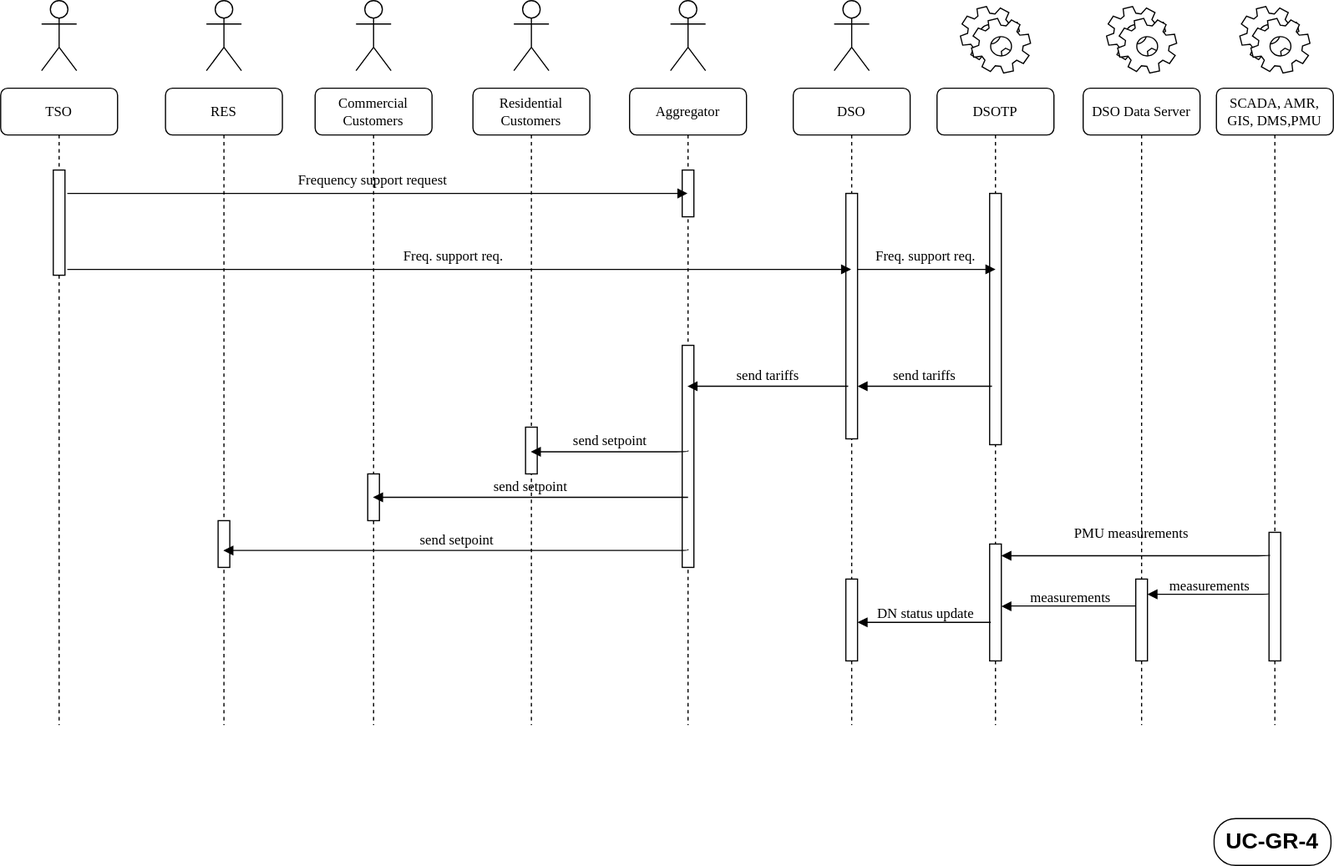
The draw.io diagram docs/platone/uc-gr-4-frequency-support-by-the-distribution-network/UC_GR_1_2_3_4_Seq_Diag-UC4.svg in smart-grid-use-cases/smart-grid-use-cases.github.io, before a commit. Source tidied: cells renumbered, new cells last; positions are measured from the earlier drawing's top-left corner, leaving out a move shared by most shapes.
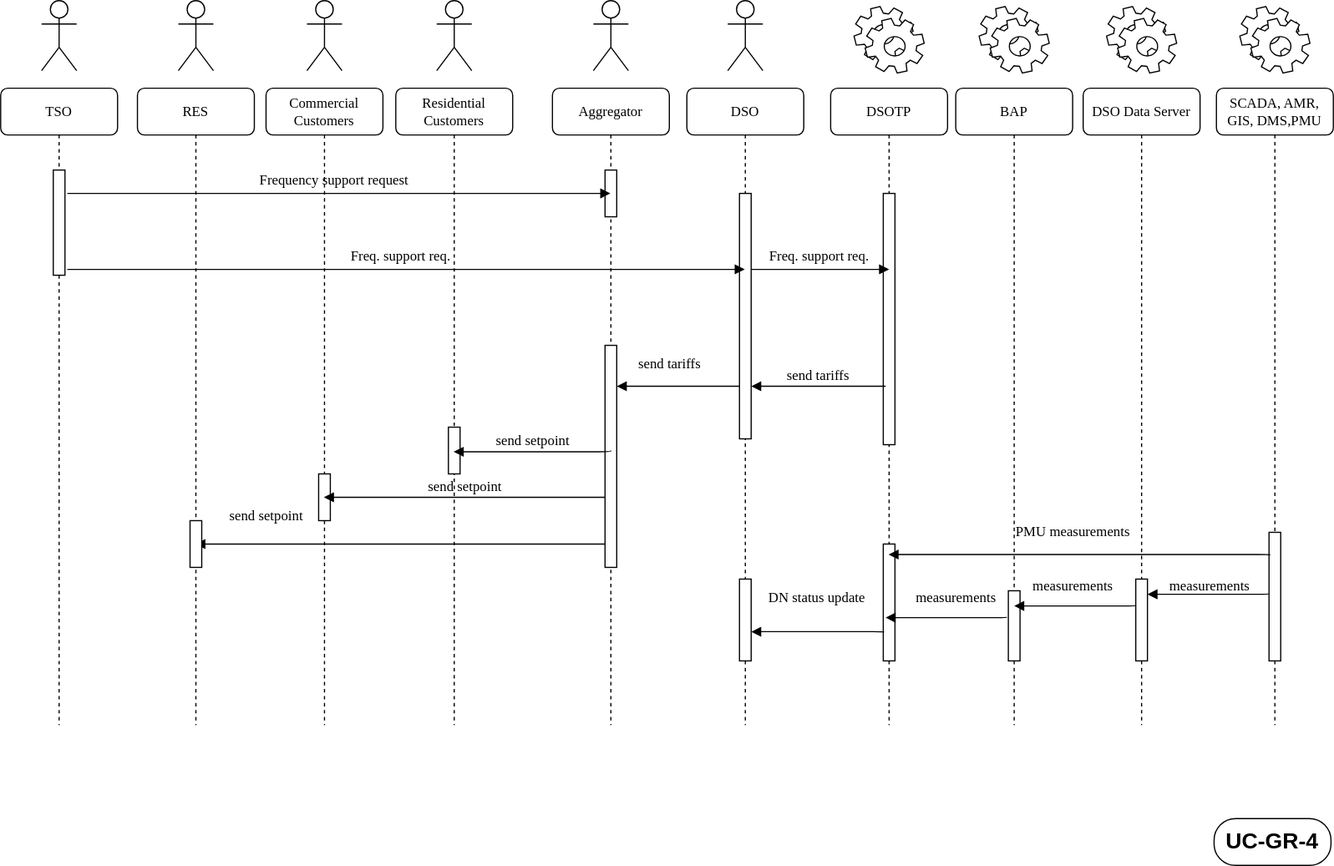
Above is the later version.

Diff of the diagram source:
```diff
@@ -3,19 +3,28 @@
     <mxCell id="0" />
     <mxCell id="1" parent="0" />
     <mxCell id="2" value="Commercial&lt;br&gt;Customers" style="shape=umlLifeline;perimeter=lifelinePerimeter;whiteSpace=wrap;html=1;outlineConnect=0;rounded=1;shadow=0;comic=0;labelBackgroundColor=none;strokeWidth=1;fontFamily=Verdana;fontSize=12;align=center;" parent="1" vertex="1">
-      <mxGeometry x="269" y="75" width="100" height="545" as="geometry" />
+      <mxGeometry x="227" y="75" width="100" height="545" as="geometry" />
     </mxCell>
     <mxCell id="3" style="html=1;perimeter=orthogonalPerimeter;rounded=0;shadow=0;comic=0;labelBackgroundColor=none;strokeWidth=1;fontFamily=Verdana;fontSize=12;align=center;" parent="2" vertex="1">
       <mxGeometry x="45" y="330" width="10" height="40" as="geometry" />
     </mxCell>
     <mxCell id="4" value="Residential&lt;br&gt;Customers" style="shape=umlLifeline;perimeter=lifelinePerimeter;whiteSpace=wrap;html=1;outlineConnect=0;rounded=1;shadow=0;comic=0;labelBackgroundColor=none;strokeWidth=1;fontFamily=Verdana;fontSize=12;align=center;" parent="1" vertex="1">
-      <mxGeometry x="404" y="75" width="100" height="545" as="geometry" />
+      <mxGeometry x="338" y="75" width="100" height="545" as="geometry" />
     </mxCell>
     <mxCell id="5" style="html=1;perimeter=orthogonalPerimeter;rounded=0;shadow=0;comic=0;labelBackgroundColor=none;strokeWidth=1;fontFamily=Verdana;fontSize=12;align=center;" parent="4" vertex="1">
       <mxGeometry x="45" y="290" width="10" height="40" as="geometry" />
     </mxCell>
+    <mxCell id="22" value="send setpoint" style="html=1;verticalAlign=bottom;endArrow=block;labelBackgroundColor=none;fontFamily=Verdana;fontSize=12;edgeStyle=elbowEdgeStyle;elbow=vertical;" parent="4" edge="1" target="16">
+      <mxGeometry x="0.66" y="-15" relative="1" as="geometry">
+        <mxPoint x="189" y="390" as="sourcePoint" />
+        <Array as="points">
+          <mxPoint x="8" y="390" />
+          <mxPoint x="191" y="385" />
+        </Array>
+      </mxGeometry>
+    </mxCell>
     <mxCell id="6" value="Aggregator" style="shape=umlLifeline;perimeter=lifelinePerimeter;whiteSpace=wrap;html=1;outlineConnect=0;rounded=1;shadow=0;comic=0;labelBackgroundColor=none;strokeWidth=1;fontFamily=Verdana;fontSize=12;align=center;" parent="1" vertex="1">
-      <mxGeometry x="538" y="75" width="100" height="545" as="geometry" />
+      <mxGeometry x="472" y="75" width="100" height="545" as="geometry" />
     </mxCell>
     <mxCell id="7" style="html=1;perimeter=orthogonalPerimeter;rounded=0;shadow=0;comic=0;labelBackgroundColor=none;strokeWidth=1;fontFamily=Verdana;fontSize=12;align=center;" parent="6" vertex="1">
       <mxGeometry x="45" y="220" width="10" height="190" as="geometry" />
@@ -24,13 +33,13 @@
       <mxGeometry x="45" y="70" width="10" height="40" as="geometry" />
     </mxCell>
     <mxCell id="9" value="DSO" style="shape=umlLifeline;perimeter=lifelinePerimeter;whiteSpace=wrap;html=1;outlineConnect=0;rounded=1;shadow=0;comic=0;labelBackgroundColor=none;strokeWidth=1;fontFamily=Verdana;fontSize=12;align=center;" parent="1" vertex="1">
-      <mxGeometry x="678" y="75" width="100" height="545" as="geometry" />
+      <mxGeometry x="587" y="75" width="100" height="545" as="geometry" />
     </mxCell>
     <mxCell id="10" style="html=1;perimeter=orthogonalPerimeter;rounded=0;shadow=0;comic=0;labelBackgroundColor=none;strokeWidth=1;fontFamily=Verdana;fontSize=12;align=center;" parent="9" vertex="1">
       <mxGeometry x="45" y="420" width="10" height="70" as="geometry" />
     </mxCell>
     <mxCell id="11" value="DSOTP" style="shape=umlLifeline;perimeter=lifelinePerimeter;whiteSpace=wrap;html=1;outlineConnect=0;rounded=1;shadow=0;comic=0;labelBackgroundColor=none;strokeWidth=1;fontFamily=Verdana;fontSize=12;align=center;" parent="1" vertex="1">
-      <mxGeometry x="801" y="75" width="100" height="545" as="geometry" />
+      <mxGeometry x="710" y="75" width="100" height="545" as="geometry" />
     </mxCell>
     <mxCell id="12" style="html=1;perimeter=orthogonalPerimeter;rounded=0;shadow=0;comic=0;labelBackgroundColor=none;strokeWidth=1;fontFamily=Verdana;fontSize=12;align=center;" parent="11" vertex="1">
       <mxGeometry x="45" y="390" width="10" height="100" as="geometry" />
@@ -45,81 +54,59 @@
       <mxGeometry x="45" y="380" width="10" height="110" as="geometry" />
     </mxCell>
     <mxCell id="16" value="RES" style="shape=umlLifeline;perimeter=lifelinePerimeter;whiteSpace=wrap;html=1;outlineConnect=0;rounded=1;shadow=0;comic=0;labelBackgroundColor=none;strokeWidth=1;fontFamily=Verdana;fontSize=12;align=center;" parent="1" vertex="1">
-      <mxGeometry x="141" y="75" width="100" height="545" as="geometry" />
+      <mxGeometry x="117" y="75" width="100" height="545" as="geometry" />
     </mxCell>
     <mxCell id="17" style="html=1;perimeter=orthogonalPerimeter;rounded=0;shadow=0;comic=0;labelBackgroundColor=none;strokeWidth=1;fontFamily=Verdana;fontSize=12;align=center;" parent="16" vertex="1">
       <mxGeometry x="45" y="370" width="10" height="40" as="geometry" />
     </mxCell>
     <mxCell id="18" style="html=1;perimeter=orthogonalPerimeter;rounded=0;shadow=0;comic=0;labelBackgroundColor=none;strokeWidth=1;fontFamily=Verdana;fontSize=12;align=center;" parent="1" vertex="1">
-      <mxGeometry x="723" y="165" width="10" height="210" as="geometry" />
+      <mxGeometry x="632" y="165" width="10" height="210" as="geometry" />
     </mxCell>
-    <mxCell id="19" value="send tariffs" style="html=1;verticalAlign=bottom;endArrow=block;labelBackgroundColor=none;fontFamily=Verdana;fontSize=12;edgeStyle=elbowEdgeStyle;elbow=vertical;" parent="1" edge="1" target="6">
-      <mxGeometry relative="1" as="geometry">
-        <mxPoint x="725" y="330" as="sourcePoint" />
-        <Array as="points">
-          <mxPoint x="677" y="330" />
-          <mxPoint x="698" y="335" />
-        </Array>
-      </mxGeometry>
-    </mxCell>
     <mxCell id="20" value="send setpoint" style="html=1;verticalAlign=bottom;endArrow=block;labelBackgroundColor=none;fontFamily=Verdana;fontSize=12;edgeStyle=elbowEdgeStyle;elbow=vertical;exitX=0.2;exitY=0.829;exitDx=0;exitDy=0;exitPerimeter=0;" parent="1" edge="1" target="4">
       <mxGeometry relative="1" as="geometry">
-        <mxPoint x="588" y="385" as="sourcePoint" />
+        <mxPoint x="522" y="385" as="sourcePoint" />
         <Array as="points">
-          <mxPoint x="561" y="386" />
+          <mxPoint x="495" y="386" />
         </Array>
       </mxGeometry>
     </mxCell>
     <mxCell id="21" value="send setpoint" style="html=1;verticalAlign=bottom;endArrow=block;labelBackgroundColor=none;fontFamily=Verdana;fontSize=12;edgeStyle=elbowEdgeStyle;elbow=vertical;" parent="1" edge="1" target="2">
       <mxGeometry relative="1" as="geometry">
-        <mxPoint x="588" y="425" as="sourcePoint" />
+        <mxPoint x="517" y="425" as="sourcePoint" />
         <Array as="points">
-          <mxPoint x="378" y="425" />
-          <mxPoint x="561" y="420" />
+          <mxPoint x="336" y="425" />
+          <mxPoint x="519" y="420" />
         </Array>
       </mxGeometry>
     </mxCell>
-    <mxCell id="22" value="send setpoint" style="html=1;verticalAlign=bottom;endArrow=block;labelBackgroundColor=none;fontFamily=Verdana;fontSize=12;edgeStyle=elbowEdgeStyle;elbow=vertical;exitX=0.2;exitY=0.829;exitDx=0;exitDy=0;exitPerimeter=0;" parent="1" edge="1" target="16">
-      <mxGeometry relative="1" as="geometry">
-        <mxPoint x="588" y="469.5" as="sourcePoint" />
-        <Array as="points">
-          <mxPoint x="561" y="470.5" />
-        </Array>
-      </mxGeometry>
-    </mxCell>
     <mxCell id="23" value="DN status update" style="html=1;verticalAlign=bottom;endArrow=block;labelBackgroundColor=none;fontFamily=Verdana;fontSize=12;edgeStyle=elbowEdgeStyle;elbow=vertical;entryX=0.5;entryY=0.3;entryDx=0;entryDy=0;entryPerimeter=0;" parent="1" edge="1">
-      <mxGeometry x="-0.02" y="2" relative="1" as="geometry">
-        <mxPoint x="847" y="532" as="sourcePoint" />
-        <mxPoint x="733" y="532" as="targetPoint" />
+      <mxGeometry x="0.03" y="-20" relative="1" as="geometry">
+        <mxPoint x="756" y="540.1" as="sourcePoint" />
+        <mxPoint x="642" y="540.1" as="targetPoint" />
+        <mxPoint x="1" as="offset" />
       </mxGeometry>
     </mxCell>
     <mxCell id="24" style="shape=umlActor;verticalLabelPosition=bottom;labelBackgroundColor=#ffffff;verticalAlign=top;html=1;" parent="1" vertex="1">
-      <mxGeometry x="176" width="30" height="60" as="geometry" />
+      <mxGeometry x="152" width="30" height="60" as="geometry" />
     </mxCell>
     <mxCell id="25" style="shape=umlActor;verticalLabelPosition=bottom;labelBackgroundColor=#ffffff;verticalAlign=top;html=1;" parent="1" vertex="1">
-      <mxGeometry x="304" width="30" height="60" as="geometry" />
+      <mxGeometry x="262" width="30" height="60" as="geometry" />
     </mxCell>
     <mxCell id="26" style="shape=umlActor;verticalLabelPosition=bottom;labelBackgroundColor=#ffffff;verticalAlign=top;html=1;" parent="1" vertex="1">
-      <mxGeometry x="439" width="30" height="60" as="geometry" />
+      <mxGeometry x="373" width="30" height="60" as="geometry" />
     </mxCell>
     <mxCell id="27" style="shape=umlActor;verticalLabelPosition=bottom;labelBackgroundColor=#ffffff;verticalAlign=top;html=1;" parent="1" vertex="1">
-      <mxGeometry x="573" width="30" height="60" as="geometry" />
+      <mxGeometry x="507" width="30" height="60" as="geometry" />
     </mxCell>
     <mxCell id="28" style="shape=umlActor;verticalLabelPosition=bottom;labelBackgroundColor=#ffffff;verticalAlign=top;html=1;" parent="1" vertex="1">
-      <mxGeometry x="713" width="30" height="60" as="geometry" />
+      <mxGeometry x="622" width="30" height="60" as="geometry" />
     </mxCell>
     <mxCell id="29" style="shape=mxgraph.bpmn.service_task;html=1;" parent="1" vertex="1">
-      <mxGeometry x="821" y="5" width="60" height="57" as="geometry" />
+      <mxGeometry x="730" y="5" width="60" height="57" as="geometry" />
     </mxCell>
     <mxCell id="30" style="shape=mxgraph.bpmn.service_task;html=1;" parent="1" vertex="1">
       <mxGeometry x="1060" y="5" width="60" height="57" as="geometry" />
     </mxCell>
-    <mxCell id="31" value="measurements" style="html=1;verticalAlign=bottom;endArrow=block;labelBackgroundColor=none;fontFamily=Verdana;fontSize=12;edgeStyle=elbowEdgeStyle;elbow=vertical;exitX=0.083;exitY=0.758;exitDx=0;exitDy=0;exitPerimeter=0;" parent="1" edge="1">
-      <mxGeometry x="-0.02" y="2" relative="1" as="geometry">
-        <mxPoint x="972.3" y="518" as="sourcePoint" />
-        <mxPoint x="856" y="518.3" as="targetPoint" />
-      </mxGeometry>
-    </mxCell>
     <mxCell id="32" value="TSO" style="shape=umlLifeline;perimeter=lifelinePerimeter;whiteSpace=wrap;html=1;rounded=1;shadow=0;comic=0;labelBackgroundColor=none;strokeWidth=1;fontFamily=Verdana;fontSize=12;align=center;" parent="1" vertex="1">
       <mxGeometry y="75" width="100" height="545" as="geometry" />
     </mxCell>
@@ -166,23 +153,52 @@
     </mxCell>
     <mxCell id="42" value="send tariffs" style="html=1;verticalAlign=bottom;endArrow=block;labelBackgroundColor=none;fontFamily=Verdana;fontSize=12;edgeStyle=elbowEdgeStyle;elbow=vertical;" parent="1" edge="1">
       <mxGeometry relative="1" as="geometry">
-        <mxPoint x="848" y="330" as="sourcePoint" />
-        <mxPoint x="733" y="330" as="targetPoint" />
+        <mxPoint x="757" y="330" as="sourcePoint" />
+        <mxPoint x="642" y="330" as="targetPoint" />
         <Array as="points">
-          <mxPoint x="843.5" y="330" />
+          <mxPoint x="752.5" y="330" />
         </Array>
       </mxGeometry>
     </mxCell>
     <mxCell id="43" value="Freq. support req." style="html=1;verticalAlign=bottom;endArrow=block;labelBackgroundColor=none;fontFamily=Verdana;fontSize=12;edgeStyle=elbowEdgeStyle;elbow=vertical;" parent="1" edge="1">
       <mxGeometry x="-0.02" y="2" relative="1" as="geometry">
-        <mxPoint x="733" y="230" as="sourcePoint" />
-        <mxPoint x="851" y="230" as="targetPoint" />
+        <mxPoint x="642" y="230" as="sourcePoint" />
+        <mxPoint x="760" y="230" as="targetPoint" />
       </mxGeometry>
     </mxCell>
-    <mxCell id="44" value="PMU measurements" style="html=1;verticalAlign=bottom;endArrow=block;labelBackgroundColor=none;fontFamily=Verdana;fontSize=12;edgeStyle=elbowEdgeStyle;elbow=vertical;exitX=0.089;exitY=0.177;exitDx=0;exitDy=0;exitPerimeter=0;" parent="1" edge="1" source="15">
-      <mxGeometry x="0.04" y="-10" relative="1" as="geometry">
-        <mxPoint x="856" y="475" as="targetPoint" />
-      </mxGeometry>
+    <mxCell id="44" value="PMU measurements" style="html=1;verticalAlign=bottom;endArrow=block;labelBackgroundColor=none;fontFamily=Verdana;fontSize=12;edgeStyle=elbowEdgeStyle;elbow=vertical;exitX=0.089;exitY=0.177;exitDx=0;exitDy=0;exitPerimeter=0;" parent="1" edge="1" source="15" target="11">
+      <mxGeometry x="0.04" y="-10" relative="1" as="geometry" />
     </mxCell>
+    <mxCell id="19" value="send tariffs" style="html=1;verticalAlign=bottom;endArrow=block;labelBackgroundColor=none;fontFamily=Verdana;fontSize=12;edgeStyle=elbowEdgeStyle;elbow=vertical;" parent="1" edge="1">
+      <mxGeometry x="0.13" y="-10" relative="1" as="geometry">
+        <mxPoint x="632" y="330" as="sourcePoint" />
+        <mxPoint x="527" y="330" as="targetPoint" />
+        <Array as="points">
+          <mxPoint x="627.5" y="330" />
+        </Array>
+        <mxPoint x="-1" as="offset" />
+      </mxGeometry>
+    </mxCell>
+    <mxCell id="45" value="BAP" style="shape=umlLifeline;perimeter=lifelinePerimeter;whiteSpace=wrap;html=1;rounded=1;shadow=0;comic=0;labelBackgroundColor=none;strokeWidth=1;fontFamily=Verdana;fontSize=12;align=center;" parent="1" vertex="1">
+      <mxGeometry x="817" y="75" width="100" height="545" as="geometry" />
+    </mxCell>
+    <mxCell id="46" style="html=1;perimeter=orthogonalPerimeter;rounded=0;shadow=0;comic=0;labelBackgroundColor=none;strokeWidth=1;fontFamily=Verdana;fontSize=12;align=center;" parent="45" vertex="1">
+      <mxGeometry x="45" y="430" width="10" height="60" as="geometry" />
+    </mxCell>
+    <mxCell id="47" style="shape=mxgraph.bpmn.service_task;html=1;" parent="1" vertex="1">
+      <mxGeometry x="837" y="5" width="60" height="57" as="geometry" />
+    </mxCell>
+    <mxCell id="48" value="measurements" style="html=1;verticalAlign=bottom;endArrow=block;labelBackgroundColor=none;fontFamily=Verdana;fontSize=12;edgeStyle=elbowEdgeStyle;elbow=vertical;" parent="1" edge="1">
+      <mxGeometry x="0.04" y="-8" relative="1" as="geometry">
+        <mxPoint x="971" y="517.8" as="sourcePoint" />
+        <mxPoint x="867" y="518" as="targetPoint" />
+      </mxGeometry>
+    </mxCell>
+    <mxCell id="49" value="measurements" style="html=1;verticalAlign=bottom;endArrow=block;labelBackgroundColor=none;fontFamily=Verdana;fontSize=12;edgeStyle=elbowEdgeStyle;elbow=vertical;" parent="1" edge="1">
+      <mxGeometry x="-0.15" y="-8" relative="1" as="geometry">
+        <mxPoint x="861" y="527.8" as="sourcePoint" />
+        <mxPoint x="757" y="528" as="targetPoint" />
+      </mxGeometry>
+    </mxCell>
   </root>
 </mxGraphModel>
```
